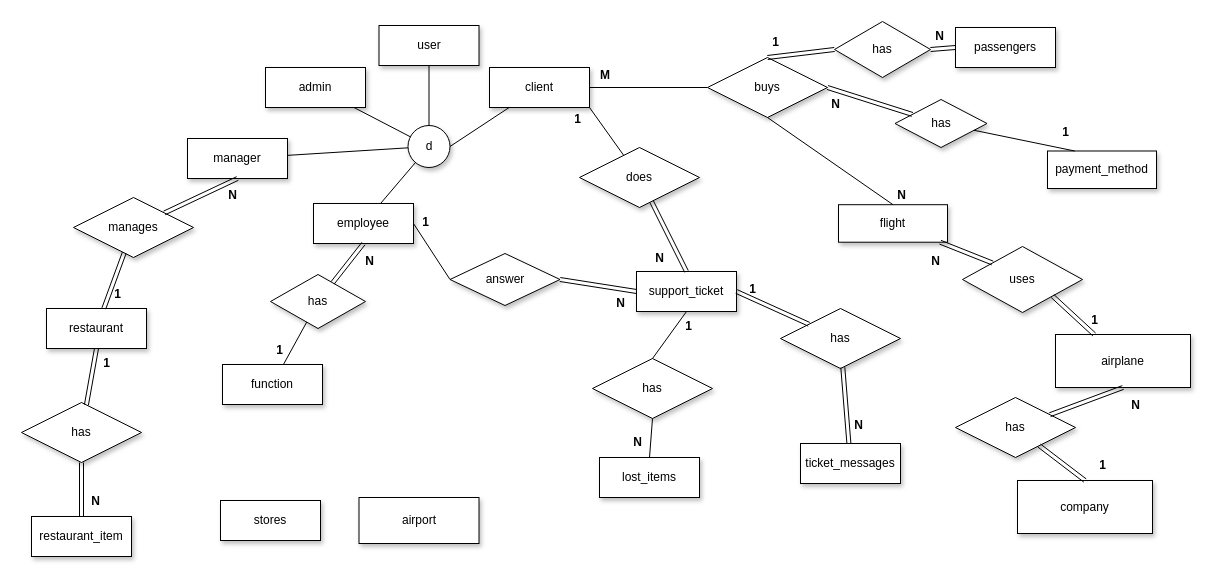
The draw.io diagram page "relations" (1 of 3) of DER.drawio in ContaEscola/ProSisInfo, before the edit. Source tidied: cells renumbered, new cells numbered last; positions are measured from the earlier drawing's top-left corner, leaving out a move shared by most shapes. Both pictures are drawn from the tidied source at 100%, with x=0, y=0 at pixel (21, 21).
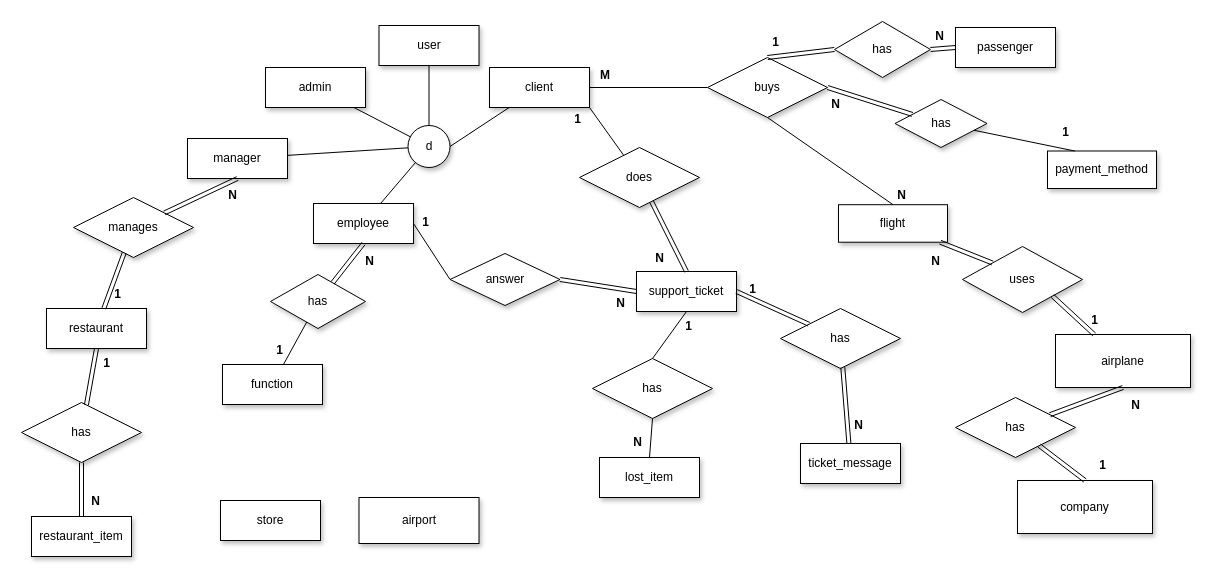
Above is the later version.

Diff of the diagram source:
```diff
@@
-    <mxCell id="22" value="ticket_messages" style="whiteSpace=wrap;html=1;align=center;shadow=1;" parent="1" vertex="1">
+    <mxCell id="22" value="ticket_message" style="whiteSpace=wrap;html=1;align=center;shadow=1;" parent="1" vertex="1">
       <mxGeometry x="779" y="422" width="100" height="40" as="geometry" />
     </mxCell>
-    <mxCell id="23" value="lost_items" style="whiteSpace=wrap;html=1;align=center;shadow=1;" parent="1" vertex="1">
+    <mxCell id="23" value="lost_item" style="whiteSpace=wrap;html=1;align=center;shadow=1;" parent="1" vertex="1">
       <mxGeometry x="578" y="436" width="100" height="40" as="geometry" />
     </mxCell>
@@
-    <mxCell id="74" value="passengers" style="whiteSpace=wrap;html=1;align=center;shadow=1;" parent="1" vertex="1">
+    <mxCell id="74" value="passenger" style="whiteSpace=wrap;html=1;align=center;shadow=1;" parent="1" vertex="1">
       <mxGeometry x="934" y="6" width="100" height="40" as="geometry" />
     </mxCell>
@@
-    <mxCell id="80" value="stores" style="whiteSpace=wrap;html=1;align=center;shadow=1;" parent="1" vertex="1">
+    <mxCell id="80" value="store" style="whiteSpace=wrap;html=1;align=center;shadow=1;" parent="1" vertex="1">
       <mxGeometry x="199" y="479" width="100" height="40" as="geometry" />
     </mxCell>
```
